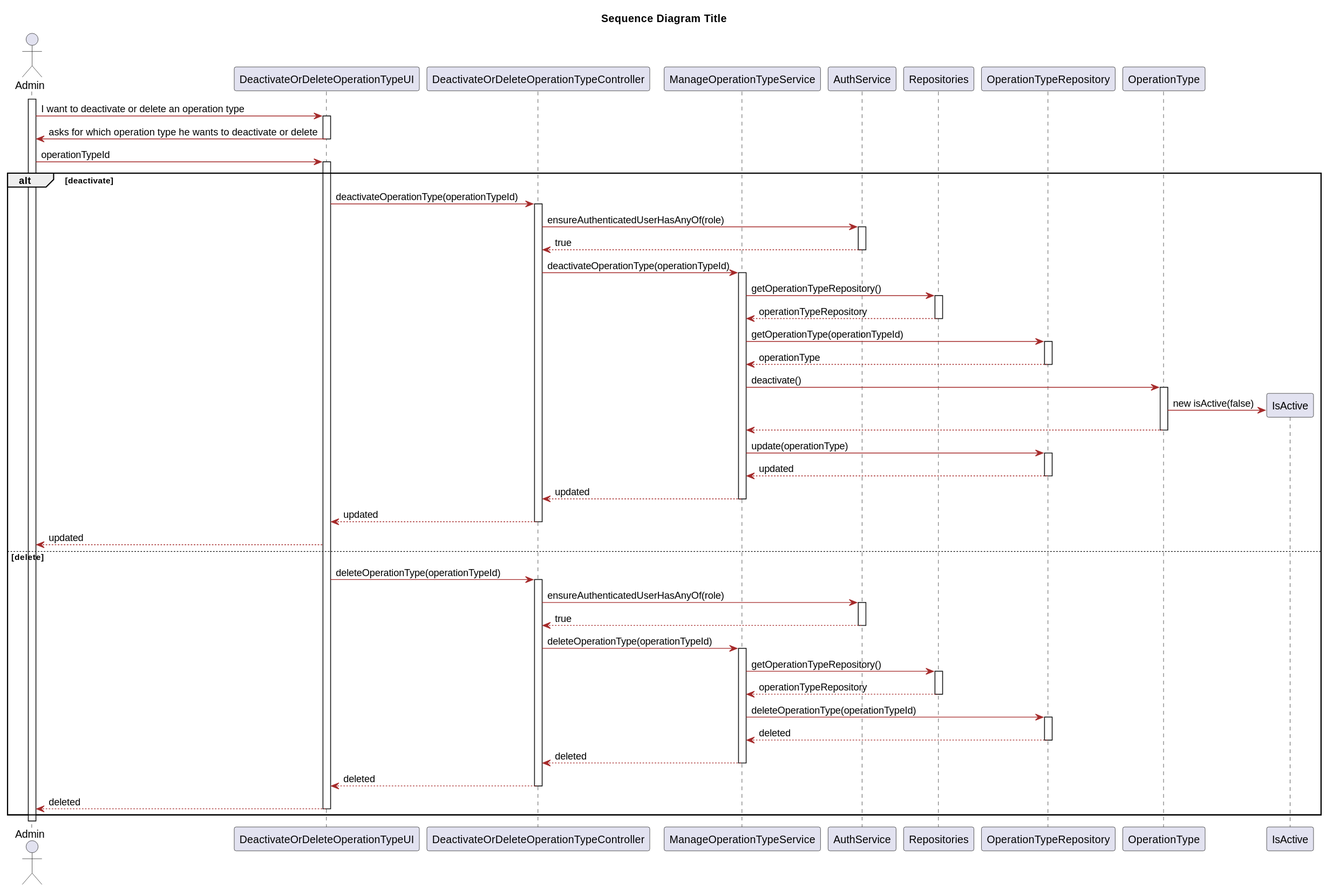
LAPR5-043/sem_5_24_25_043 keeps this PlantUML diagram as Docs/Sprint1/UserStories/LAPR5/us5122/design/png/sequence-diagram.svg. Above is the earlier version.
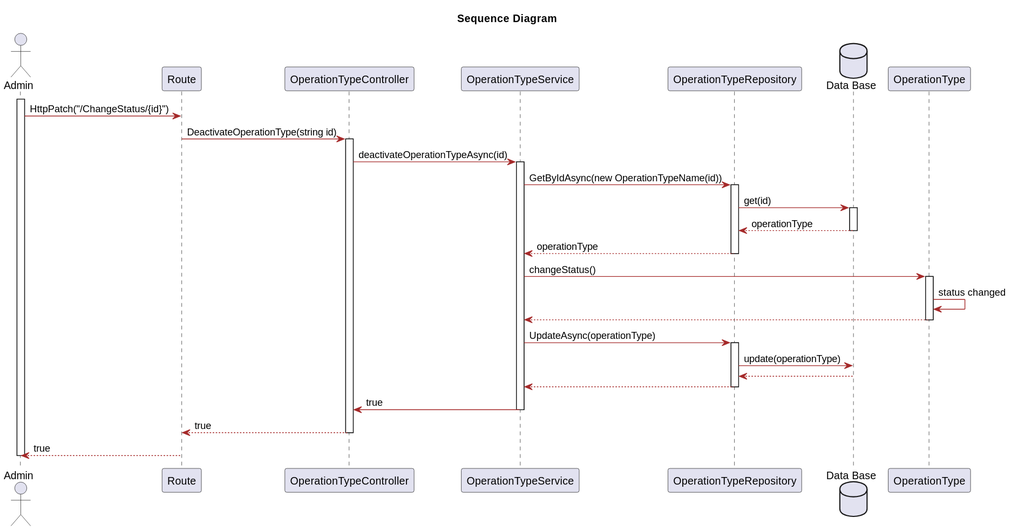
After the commit.

Diff of the diagram source:
```diff
@@ -1,5 +1,5 @@
 @startuml
-title Sequence Diagram Title
+title Sequence Diagram
 skinparam classAttributeIconSize 0
 
 skinparam class {
@@ -21,81 +21,45 @@
 }
 
 actor Admin
-participant "DeactivateOrDeleteOperationTypeUI" as UI
-participant "DeactivateOrDeleteOperationTypeController" as Controller
-participant "ManageOperationTypeService" as operationS
-participant "AuthService" as auth
-participant "Repositories" as Repositories
+participant "Route" as UI
+participant "OperationTypeController" as Controller
+participant "OperationTypeService" as operationS
 participant "OperationTypeRepository" as operationTypeR
+database "Data Base" as db
 participant "OperationType" as operationType
-participant "IsActive" as isActive
 
 activate Admin
-Admin -> UI: I want to deactivate or delete an operation type
-activate UI
-UI -> Admin: asks for which operation type he wants to deactivate or delete
 
-deactivate UI
-Admin -> UI: operationTypeId
-activate UI
-alt deactivate
-    UI -> Controller: deactivateOperationType(operationTypeId)
-    activate Controller
-    Controller -> auth: ensureAuthenticatedUserHasAnyOf(role)
-    activate auth
-    auth --> Controller:  true
-    deactivate auth
-    Controller -> operationS : deactivateOperationType(operationTypeId)
-    activate operationS
-    operationS -> Repositories : getOperationTypeRepository()
-    activate Repositories
-    Repositories --> operationS : operationTypeRepository
-    deactivate Repositories
-    operationS -> operationTypeR : getOperationType(operationTypeId)
-    activate operationTypeR
-    operationTypeR --> operationS : operationType
-    deactivate operationTypeR
-    operationS -> operationType : deactivate()
-    activate operationType
-    operationType -> isActive** : new isActive(false)
-    operationType--> operationS
-    deactivate operationType
-    operationS -> operationTypeR : update(operationType)
-    activate operationTypeR
-    operationTypeR --> operationS : updated
-    deactivate operationTypeR
-    operationS --> Controller: updated
-    deactivate operationS
-    Controller --> UI: updated
-    deactivate Controller
-    UI --> Admin: updated
+Admin-> UI: HttpPatch("/ChangeStatus/{id}")
+UI -> Controller : DeactivateOperationType(string id)
+activate Controller
+Controller-> operationS : deactivateOperationTypeAsync(id)
+activate operationS
+operationS -> operationTypeR : GetByIdAsync(new OperationTypeName(id))
+activate operationTypeR
+operationTypeR -> db : get(id)
+activate db
+db --> operationTypeR: operationType
+deactivate db
+operationTypeR --> operationS : operationType
+deactivate operationTypeR
+operationS-> operationType : changeStatus()
+activate operationType
+operationType -> operationType: status changed
+operationType --> operationS
+deactivate  operationType
+operationS->operationTypeR: UpdateAsync(operationType)
+activate operationTypeR
+operationTypeR -> db : update(operationType)
+db --> operationTypeR
+deactivate db
+operationTypeR --> operationS
+deactivate operationTypeR
+operationS -> Controller : true
+deactivate operationS
+Controller --> UI: true
+deactivate Controller
+UI --> Admin : true
 
-
-else    delete
-    UI -> Controller: deleteOperationType(operationTypeId)
-    activate Controller
-    Controller -> auth: ensureAuthenticatedUserHasAnyOf(role)
-    activate auth
-    auth --> Controller:  true
-    deactivate auth
-    Controller -> operationS : deleteOperationType(operationTypeId)
-    activate operationS
-    operationS -> Repositories : getOperationTypeRepository()
-    activate Repositories
-    Repositories --> operationS : operationTypeRepository
-    deactivate Repositories
-    operationS -> operationTypeR : deleteOperationType(operationTypeId)
-    activate operationTypeR
-    operationTypeR --> operationS : deleted
-    deactivate operationTypeR
-    operationS --> Controller: deleted
-    deactivate operationS
-    Controller --> UI: deleted
-    deactivate Controller
-    UI --> Admin: deleted
-    deactivate UI
-
-
-
-end
+deactivate Admin
 @enduml
```
